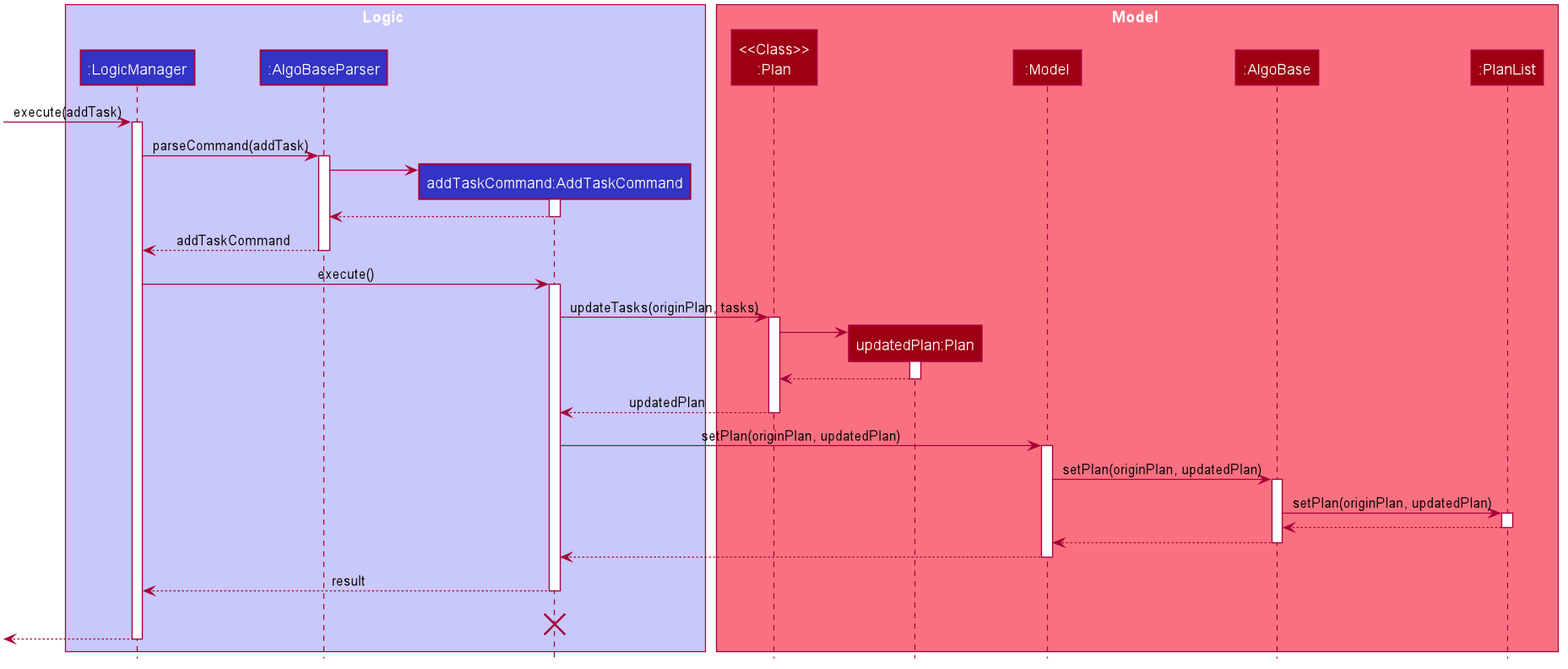
Earlier version of the PlantUML export docs/images/task/AddTaskSequenceDiagram.png (nus-cs2103-AY1920S1/addressbook-level3).
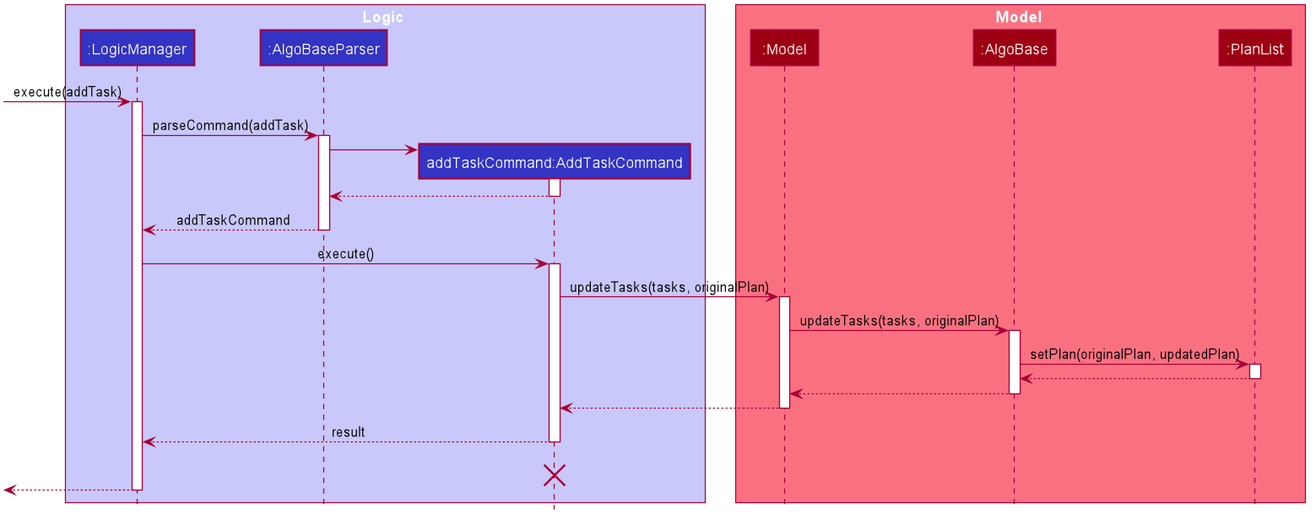
After the commit.

Change to the diagram source:
```diff
@@ -55,8 +55,6 @@
 end box
 
 box Model #F97181
-participant "<<Class>>\n:Plan" as PlanClass #9D0012
-participant "updatedPlan:Plan" as PlanObject #9D0012
 participant ":Model" as Model #9D0012
 participant ":AlgoBase" as AlgoBase #9D0012
 participant ":PlanList" as PlanList #9D0012
@@ -81,26 +79,13 @@
 LogicManager -> AddTaskCommand : execute()
 activate AddTaskCommand
 
-AddTaskCommand -> PlanClass : updateTasks(originPlan, tasks)
-activate PlanClass
-
-create PlanObject
-PlanClass -> PlanObject
-activate PlanObject
-
-PlanObject --> PlanClass
-deactivate PlanObject
-
-PlanClass --> AddTaskCommand : updatedPlan
-deactivate PlanClass
-
-AddTaskCommand -> Model : setPlan(originPlan, updatedPlan)
+AddTaskCommand -> Model : updateTasks(tasks, originalPlan)
 activate Model
 
-Model -> AlgoBase : setPlan(originPlan, updatedPlan)
+Model -> AlgoBase : updateTasks(tasks, originalPlan)
 activate AlgoBase
 
-AlgoBase -> PlanList : setPlan(originPlan, updatedPlan)
+AlgoBase -> PlanList : setPlan(originalPlan, updatedPlan)
 activate PlanList
 
 PlanList --> AlgoBase
```
